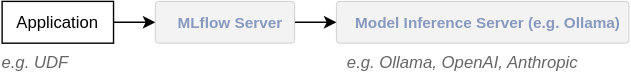
Earlier version of the draw.io export doc/user_guide/img/ai-gateway/system-setup.svg (exasol/mlflow-plugin). Source tidied: cells renumbered, new cells last; positions are measured from the earlier drawing's top-left corner, leaving out a move shared by most shapes. Source of this version:
```xml
<mxGraphModel background="#ffffff">
  <root>
    <mxCell id="0" />
    <mxCell id="1" parent="0" />
    <mxCell id="2" value="Model Inference Server (e.g. Ollama)" style="rounded=1;whiteSpace=wrap;html=1;verticalAlign=middle;arcSize=8;fillColor=#F3F3F3;fontColor=#8899BF;strokeColor=#BFBFBF;fontStyle=1;fontSize=11;spacingTop=1;strokeWidth=0.5;align=center;spacingLeft=8;fontFamily=Helvetica;" parent="1" vertex="1">
      <mxGeometry x="240" y="-0.5" width="210" height="30" as="geometry" />
    </mxCell>
    <mxCell id="3" style="edgeStyle=orthogonalEdgeStyle;rounded=0;jettySize=auto;html=1;entryX=0;entryY=0.5;entryDx=0;entryDy=0;" parent="1" edge="1" source="4" target="2">
      <mxGeometry relative="1" as="geometry" />
    </mxCell>
    <mxCell id="4" value="MLflow Server" style="rounded=1;whiteSpace=wrap;html=1;verticalAlign=middle;arcSize=8;fillColor=#F3F3F3;fontColor=#8899BF;strokeColor=#BFBFBF;fontStyle=1;fontSize=11;spacingTop=1;strokeWidth=0.5;align=center;spacingLeft=8;fontFamily=Helvetica;" parent="1" vertex="1">
      <mxGeometry x="110" y="-0.5" width="100" height="30" as="geometry" />
    </mxCell>
    <mxCell id="5" style="edgeStyle=orthogonalEdgeStyle;rounded=0;jettySize=auto;html=1;entryX=0;entryY=0.5;entryDx=0;entryDy=0;" parent="1" edge="1" source="6" target="4">
      <mxGeometry relative="1" as="geometry" />
    </mxCell>
    <mxCell id="6" value="Application" style="rounded=0;whiteSpace=wrap;html=1;align=center;verticalAlign=middle;fontFamily=Helvetica;fontSize=12;" parent="1" vertex="1">
      <mxGeometry y="-0.5" width="80" height="30" as="geometry" />
    </mxCell>
    <mxCell id="7" value="e.g. UDF" style="text;html=1;whiteSpace=wrap;strokeColor=none;fillColor=none;align=left;verticalAlign=middle;rounded=0;spacing=0;spacingLeft=-2;fontStyle=2;fontColor=#666666;" parent="1" vertex="1">
      <mxGeometry x="2" y="34" width="60" height="20" as="geometry" />
    </mxCell>
    <mxCell id="8" value="e.g. Ollama, OpenAI, Anthropic" style="text;html=1;whiteSpace=wrap;strokeColor=none;fillColor=none;align=left;verticalAlign=middle;rounded=0;spacing=0;spacingLeft=-2;fontStyle=2;fontColor=#666666;" parent="1" vertex="1">
      <mxGeometry x="250" y="34" width="180" height="20" as="geometry" />
    </mxCell>
  </root>
</mxGraphModel>
```
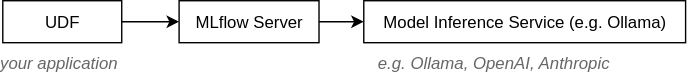
The same diagram one commit later.

Diff of the diagram source:
```diff
@@ -2,23 +2,23 @@
   <root>
     <mxCell id="0" />
     <mxCell id="1" parent="0" />
-    <mxCell id="2" value="Model Inference Server (e.g. Ollama)" style="rounded=1;whiteSpace=wrap;html=1;verticalAlign=middle;arcSize=8;fillColor=#F3F3F3;fontColor=#8899BF;strokeColor=#BFBFBF;fontStyle=1;fontSize=11;spacingTop=1;strokeWidth=0.5;align=center;spacingLeft=8;fontFamily=Helvetica;" parent="1" vertex="1">
-      <mxGeometry x="240" y="-0.5" width="210" height="30" as="geometry" />
+    <mxCell id="2" value="Model Inference Service (e.g. Ollama)" style="rounded=0;whiteSpace=wrap;html=1;verticalAlign=middle;fillColor=default;fontColor=default;strokeColor=default;fontSize=12;align=center;fontFamily=Helvetica;" parent="1" vertex="1">
+      <mxGeometry x="238" y="-0.5" width="230" height="30" as="geometry" />
     </mxCell>
     <mxCell id="3" style="edgeStyle=orthogonalEdgeStyle;rounded=0;jettySize=auto;html=1;entryX=0;entryY=0.5;entryDx=0;entryDy=0;" parent="1" edge="1" source="4" target="2">
       <mxGeometry relative="1" as="geometry" />
     </mxCell>
-    <mxCell id="4" value="MLflow Server" style="rounded=1;whiteSpace=wrap;html=1;verticalAlign=middle;arcSize=8;fillColor=#F3F3F3;fontColor=#8899BF;strokeColor=#BFBFBF;fontStyle=1;fontSize=11;spacingTop=1;strokeWidth=0.5;align=center;spacingLeft=8;fontFamily=Helvetica;" parent="1" vertex="1">
-      <mxGeometry x="110" y="-0.5" width="100" height="30" as="geometry" />
+    <mxCell id="4" value="MLflow Server" style="rounded=0;whiteSpace=wrap;html=1;verticalAlign=middle;fillColor=default;fontColor=default;strokeColor=default;fontSize=12;align=center;fontFamily=Helvetica;" parent="1" vertex="1">
+      <mxGeometry x="106" y="-0.5" width="100" height="30" as="geometry" />
     </mxCell>
     <mxCell id="5" style="edgeStyle=orthogonalEdgeStyle;rounded=0;jettySize=auto;html=1;entryX=0;entryY=0.5;entryDx=0;entryDy=0;" parent="1" edge="1" source="6" target="4">
       <mxGeometry relative="1" as="geometry" />
     </mxCell>
-    <mxCell id="6" value="Application" style="rounded=0;whiteSpace=wrap;html=1;align=center;verticalAlign=middle;fontFamily=Helvetica;fontSize=12;" parent="1" vertex="1">
-      <mxGeometry y="-0.5" width="80" height="30" as="geometry" />
+    <mxCell id="6" value="UDF" style="rounded=0;whiteSpace=wrap;html=1;align=center;verticalAlign=middle;fontFamily=Helvetica;fontSize=12;" parent="1" vertex="1">
+      <mxGeometry x="-20" y="-0.5" width="85" height="30" as="geometry" />
     </mxCell>
-    <mxCell id="7" value="e.g. UDF" style="text;html=1;whiteSpace=wrap;strokeColor=none;fillColor=none;align=left;verticalAlign=middle;rounded=0;spacing=0;spacingLeft=-2;fontStyle=2;fontColor=#666666;" parent="1" vertex="1">
-      <mxGeometry x="2" y="34" width="60" height="20" as="geometry" />
+    <mxCell id="7" value="your application" style="text;html=1;whiteSpace=wrap;strokeColor=none;fillColor=none;align=left;verticalAlign=middle;rounded=0;spacing=0;spacingLeft=-2;fontStyle=2;fontColor=#666666;" parent="1" vertex="1">
+      <mxGeometry x="-20" y="34" width="100" height="20" as="geometry" />
     </mxCell>
     <mxCell id="8" value="e.g. Ollama, OpenAI, Anthropic" style="text;html=1;whiteSpace=wrap;strokeColor=none;fillColor=none;align=left;verticalAlign=middle;rounded=0;spacing=0;spacingLeft=-2;fontStyle=2;fontColor=#666666;" parent="1" vertex="1">
       <mxGeometry x="250" y="34" width="180" height="20" as="geometry" />
```
